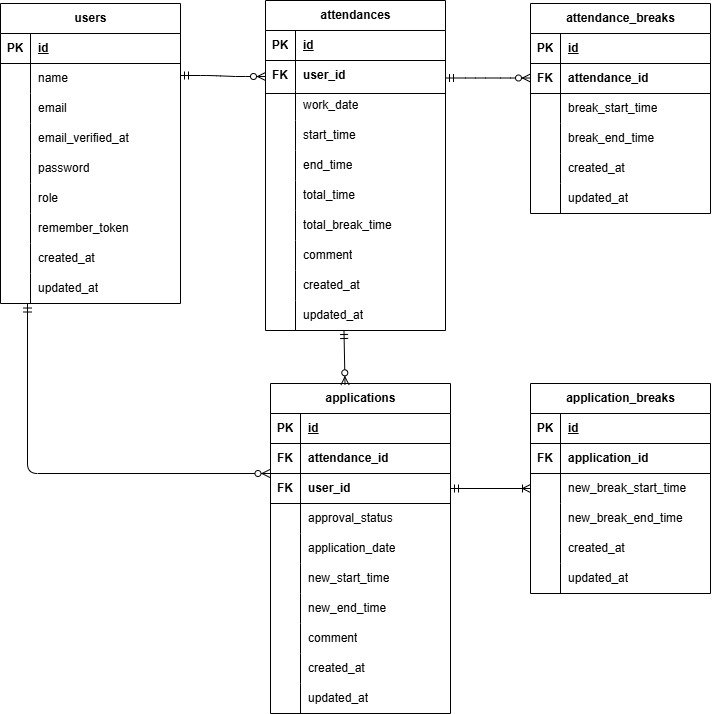
This is er.drawio.png from mami-kbb/time-card, a draw.io export, as it was before one commit. Source tidied: cells renumbered, new cells last; positions are measured from the earlier drawing's top-left corner, leaving out a move shared by most shapes.
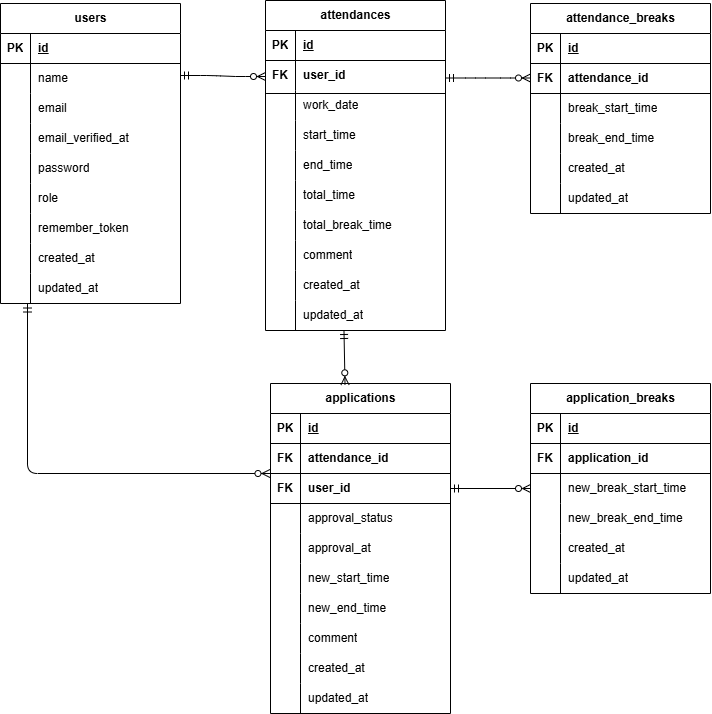
After the commit.

Diff of the diagram source:
```diff
@@ -208,7 +208,7 @@
     <mxCell id="68" style="shape=partialRectangle;fillColor=none;top=0;left=0;bottom=0;right=0;overflow=hidden;whiteSpace=wrap;html=1;" parent="67" vertex="1">
       <mxGeometry width="30" height="30" as="geometry" />
     </mxCell>
-    <mxCell id="69" value="application_date" style="shape=partialRectangle;fillColor=none;top=0;left=0;bottom=0;right=0;align=left;spacingLeft=6;overflow=hidden;whiteSpace=wrap;html=1;" parent="67" vertex="1">
+    <mxCell id="69" value="approval_at" style="shape=partialRectangle;fillColor=none;top=0;left=0;bottom=0;right=0;align=left;spacingLeft=6;overflow=hidden;whiteSpace=wrap;html=1;" parent="67" vertex="1">
       <mxGeometry x="30" width="150" height="30" as="geometry" />
     </mxCell>
     <mxCell id="70" style="shape=tableRow;horizontal=0;startSize=0;swimlaneHead=0;swimlaneBody=0;fillColor=none;top=0;left=0;right=0;bottom=0;" parent="54" vertex="1">
@@ -292,7 +292,7 @@
     <mxCell id="90" style="fontSize=12;html=1;endArrow=ERzeroToMany;startArrow=ERmandOne;exitX=0.436;exitY=1;exitDx=0;exitDy=0;exitPerimeter=0;strokeColor=default;entryX=0.414;entryY=0.004;entryDx=0;entryDy=0;entryPerimeter=0;" parent="1" edge="1" source="141" target="54">
       <mxGeometry relative="1" as="geometry" />
     </mxCell>
-    <mxCell id="91" style="fontSize=12;html=1;endArrow=ERoneToMany;startArrow=ERmandOne;exitX=1;exitY=0.5;exitDx=0;exitDy=0;entryX=0;entryY=0.5;entryDx=0;entryDy=0;endFill=0;" parent="1" edge="1" source="61" target="100">
+    <mxCell id="91" style="fontSize=12;html=1;endArrow=ERzeroToMany;startArrow=ERmandOne;exitX=1;exitY=0.5;exitDx=0;exitDy=0;entryX=0;entryY=0.5;entryDx=0;entryDy=0;endFill=0;" parent="1" edge="1" source="61" target="100">
       <mxGeometry relative="1" as="geometry" />
     </mxCell>
     <mxCell id="92" style="group;" parent="1" vertex="1">
```
